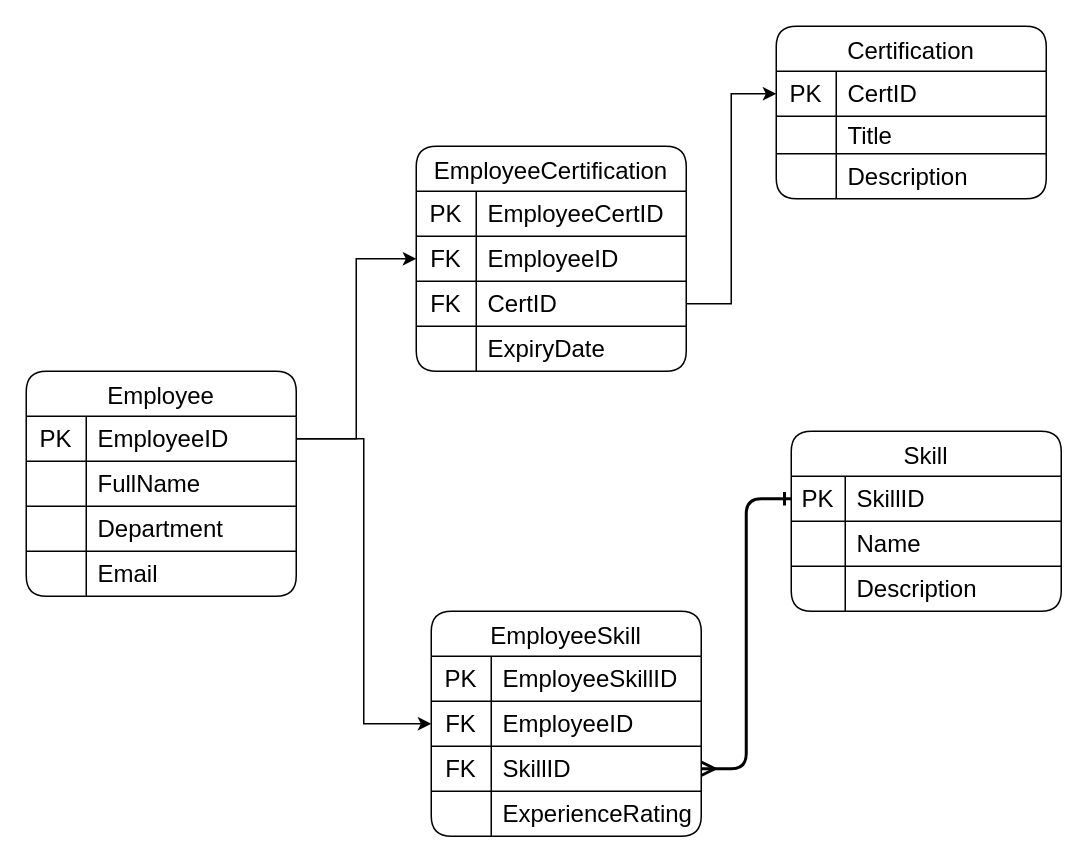
This is Untitled Diagram.drawio from MartinGurasvili/qaa, a draw.io file, before an edit. Source tidied: cells renumbered, new cells numbered last; positions are measured from the earlier drawing's top-left corner, leaving out a move shared by most shapes. Both pictures are drawn from the tidied source at 150%, with x=0, y=0 at pixel (26, 26).
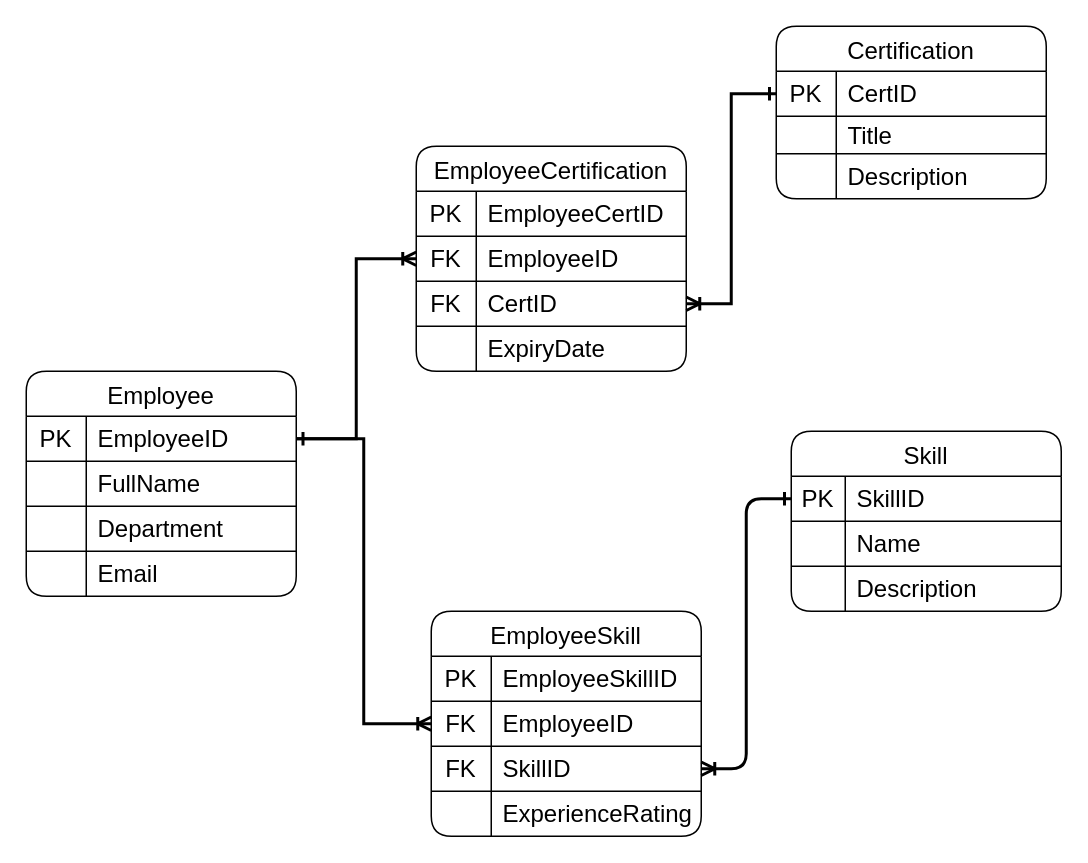
The same diagram, later.

Unchanged cells that the change refers to:
```xml
<mxCell id="3" style="shape=tableRow;horizontal=0;startSize=0;swimlaneHead=0;swimlaneBody=0;top=0;left=0;bottom=0;right=0;fillColor=none;points=[[0,0.5],[1,0.5]];portConstraint=eastwest;strokeColor=inherit;fontSize=16;" parent="2" vertex="1">
  <mxGeometry y="30" width="180" height="30" as="geometry" />
</mxCell>
<mxCell id="16" style="shape=tableRow;horizontal=0;startSize=0;swimlaneHead=0;swimlaneBody=0;top=0;left=0;bottom=0;right=0;fillColor=none;points=[[0,0.5],[1,0.5]];portConstraint=eastwest;strokeColor=inherit;fontSize=16;" parent="15" vertex="1">
  <mxGeometry y="30" width="180" height="30" as="geometry" />
</mxCell>
<mxCell id="26" style="shape=tableRow;horizontal=0;startSize=0;swimlaneHead=0;swimlaneBody=0;top=0;left=0;bottom=0;right=0;fillColor=none;points=[[0,0.5],[1,0.5]];portConstraint=eastwest;strokeColor=inherit;fontSize=16;" parent="25" vertex="1">
  <mxGeometry y="30" width="180" height="30" as="geometry" />
</mxCell>
<mxCell id="39" style="shape=tableRow;horizontal=0;startSize=0;swimlaneHead=0;swimlaneBody=0;top=0;left=0;bottom=0;right=0;fillColor=none;points=[[0,0.5],[1,0.5]];portConstraint=eastwest;strokeColor=inherit;fontSize=16;" parent="35" vertex="1">
  <mxGeometry y="60" width="180" height="30" as="geometry" />
</mxCell>
<mxCell id="42" style="shape=tableRow;horizontal=0;startSize=0;swimlaneHead=0;swimlaneBody=0;top=0;left=0;bottom=0;right=0;fillColor=none;points=[[0,0.5],[1,0.5]];portConstraint=eastwest;strokeColor=inherit;fontSize=16;" parent="35" vertex="1">
  <mxGeometry y="90" width="180" height="30" as="geometry" />
</mxCell>
<mxCell id="52" style="shape=tableRow;horizontal=0;startSize=0;swimlaneHead=0;swimlaneBody=0;top=0;left=0;bottom=0;right=0;fillColor=none;points=[[0,0.5],[1,0.5]];portConstraint=eastwest;strokeColor=inherit;fontSize=16;" parent="48" vertex="1">
  <mxGeometry y="60" width="180" height="30" as="geometry" />
</mxCell>
<mxCell id="55" style="shape=tableRow;horizontal=0;startSize=0;swimlaneHead=0;swimlaneBody=0;top=0;left=0;bottom=0;right=0;fillColor=none;points=[[0,0.5],[1,0.5]];portConstraint=eastwest;strokeColor=inherit;fontSize=16;" parent="48" vertex="1">
  <mxGeometry y="90" width="180" height="30" as="geometry" />
</mxCell>
```

What changed in the source:
```diff
@@
-    <mxCell id="61" style="edgeStyle=orthogonalEdgeStyle;rounded=1;jettySize=auto;html=1;exitX=1;exitY=0.5;exitDx=0;exitDy=0;entryX=0;entryY=0.5;entryDx=0;entryDy=0;endArrow=ERone;endFill=0;strokeWidth=2;startArrow=ERmany;startFill=0;strokeColor=default;curved=0;" parent="1" edge="1" source="42" target="26">
+    <mxCell id="61" style="edgeStyle=orthogonalEdgeStyle;rounded=1;jettySize=auto;html=1;exitX=1;exitY=0.5;exitDx=0;exitDy=0;entryX=0;entryY=0.5;entryDx=0;entryDy=0;endArrow=ERone;endFill=0;strokeWidth=2;startArrow=ERoneToMany;startFill=0;strokeColor=default;curved=0;" parent="1" edge="1" source="42" target="26">
       <mxGeometry relative="1" as="geometry" />
     </mxCell>
-    <mxCell id="62" style="edgeStyle=orthogonalEdgeStyle;rounded=0;jettySize=auto;html=1;exitX=1;exitY=0.5;exitDx=0;exitDy=0;entryX=0;entryY=0.5;entryDx=0;entryDy=0;" parent="1" edge="1" source="3" target="39">
+    <mxCell id="62" style="edgeStyle=orthogonalEdgeStyle;rounded=0;jettySize=auto;html=1;exitX=1;exitY=0.5;exitDx=0;exitDy=0;entryX=0;entryY=0.5;entryDx=0;entryDy=0;strokeWidth=2;endArrow=ERoneToMany;endFill=0;" parent="1" edge="1" source="3" target="39">
       <mxGeometry relative="1" as="geometry" />
     </mxCell>
-    <mxCell id="63" style="edgeStyle=orthogonalEdgeStyle;rounded=0;jettySize=auto;html=1;exitX=1;exitY=0.5;exitDx=0;exitDy=0;entryX=0;entryY=0.5;entryDx=0;entryDy=0;" parent="1" edge="1" source="3" target="52">
+    <mxCell id="63" style="edgeStyle=orthogonalEdgeStyle;rounded=0;jettySize=auto;html=1;exitX=1;exitY=0.5;exitDx=0;exitDy=0;entryX=0;entryY=0.5;entryDx=0;entryDy=0;startArrow=ERone;startFill=0;strokeWidth=2;endArrow=ERoneToMany;endFill=0;" parent="1" edge="1" source="3" target="52">
       <mxGeometry relative="1" as="geometry" />
     </mxCell>
-    <mxCell id="64" style="edgeStyle=orthogonalEdgeStyle;rounded=0;jettySize=auto;html=1;exitX=1;exitY=0.5;exitDx=0;exitDy=0;entryX=0;entryY=0.5;entryDx=0;entryDy=0;" parent="1" edge="1" source="55" target="16">
+    <mxCell id="64" style="edgeStyle=orthogonalEdgeStyle;rounded=0;jettySize=auto;html=1;exitX=1;exitY=0.5;exitDx=0;exitDy=0;entryX=0;entryY=0.5;entryDx=0;entryDy=0;endArrow=ERone;endFill=0;startArrow=ERoneToMany;startFill=0;strokeWidth=2;" parent="1" edge="1" source="55" target="16">
       <mxGeometry relative="1" as="geometry" />
     </mxCell>
```
